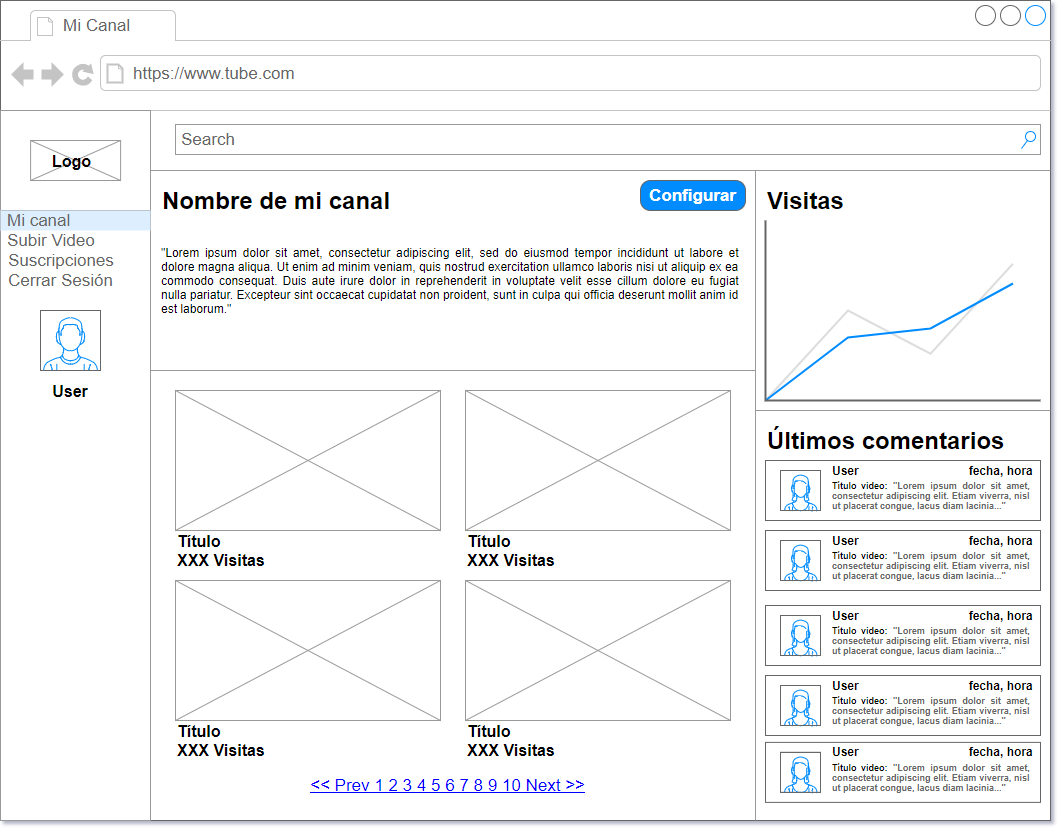
Above: Proyecto/Documentacion/Interfaces/MiCanal.png in Victor-martinelli/TADEPD (draw.io), before the change. Source tidied: cells renumbered, new cells last; positions are measured from the earlier drawing's top-left corner, leaving out a move shared by most shapes.
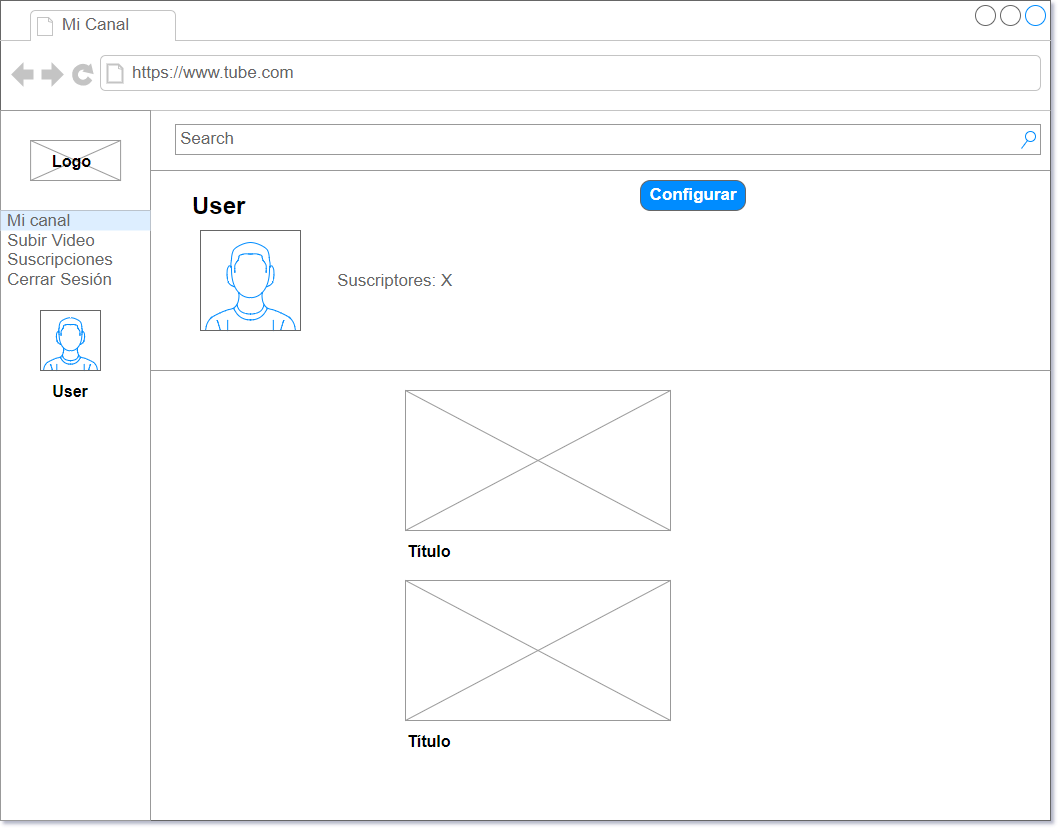
The same diagram one commit later.

Diff of the diagram source:
```diff
@@ -55,119 +55,32 @@
     <mxCell id="16" value="Search" style="strokeWidth=1;shadow=0;dashed=0;align=center;html=1;shape=mxgraph.mockup.forms.searchBox;strokeColor=#999999;mainText=;fillColor=#ffffff;strokeColor2=#008cff;fontColor=#666666;fontSize=17;align=left;spacingLeft=3;" parent="2" vertex="1">
       <mxGeometry x="175" y="124" width="865" height="30" as="geometry" />
     </mxCell>
-    <mxCell id="17" style="verticalLabelPosition=bottom;shadow=0;dashed=0;align=center;html=1;verticalAlign=top;strokeWidth=1;shape=mxgraph.mockup.graphics.simpleIcon;strokeColor=#999999;fillColor=#ffffff;" parent="2" vertex="1">
-      <mxGeometry x="465" y="390" width="265" height="140" as="geometry" />
-    </mxCell>
     <mxCell id="18" style="verticalLabelPosition=bottom;shadow=0;dashed=0;align=center;html=1;verticalAlign=top;strokeWidth=1;shape=mxgraph.mockup.graphics.simpleIcon;strokeColor=#999999;fillColor=#ffffff;" parent="2" vertex="1">
-      <mxGeometry x="175" y="390" width="265" height="140" as="geometry" />
+      <mxGeometry x="405" y="390" width="265" height="140" as="geometry" />
     </mxCell>
-    <mxCell id="19" value="&lt;div style=&quot;font-size: 16px;&quot;&gt;Título&lt;/div&gt;&lt;div style=&quot;font-size: 16px;&quot;&gt;XXX Visitas&lt;br style=&quot;font-size: 16px;&quot;&gt;&lt;/div&gt;" style="text;html=1;strokeColor=none;fillColor=none;align=left;verticalAlign=middle;whiteSpace=wrap;rounded=0;fontStyle=1;fontSize=16;" parent="2" vertex="1">
-      <mxGeometry x="175" y="540" width="290" height="20" as="geometry" />
+    <mxCell id="19" value="&lt;div style=&quot;font-size: 16px&quot;&gt;Título&lt;/div&gt;" style="text;html=1;strokeColor=none;fillColor=none;align=left;verticalAlign=middle;whiteSpace=wrap;rounded=0;fontStyle=1;fontSize=16;" parent="2" vertex="1">
+      <mxGeometry x="405" y="540" width="290" height="20" as="geometry" />
     </mxCell>
-    <mxCell id="20" value="&lt;div style=&quot;font-size: 16px;&quot;&gt;Título&lt;/div&gt;&lt;div style=&quot;font-size: 16px;&quot;&gt;XXX Visitas&lt;br style=&quot;font-size: 16px;&quot;&gt;&lt;/div&gt;" style="text;html=1;strokeColor=none;fillColor=none;align=left;verticalAlign=middle;whiteSpace=wrap;rounded=0;fontStyle=1;fontSize=16;" parent="2" vertex="1">
-      <mxGeometry x="465" y="540" width="290" height="20" as="geometry" />
-    </mxCell>
-    <mxCell id="21" style="verticalLabelPosition=bottom;shadow=0;dashed=0;align=center;html=1;verticalAlign=top;strokeWidth=1;shape=mxgraph.mockup.graphics.simpleIcon;strokeColor=#999999;fillColor=#ffffff;" parent="2" vertex="1">
-      <mxGeometry x="465" y="580" width="265" height="140" as="geometry" />
-    </mxCell>
     <mxCell id="22" style="verticalLabelPosition=bottom;shadow=0;dashed=0;align=center;html=1;verticalAlign=top;strokeWidth=1;shape=mxgraph.mockup.graphics.simpleIcon;strokeColor=#999999;fillColor=#ffffff;" parent="2" vertex="1">
-      <mxGeometry x="175" y="580" width="265" height="140" as="geometry" />
+      <mxGeometry x="405" y="580" width="265" height="140" as="geometry" />
     </mxCell>
-    <mxCell id="23" value="&lt;div style=&quot;font-size: 16px;&quot;&gt;Título&lt;/div&gt;&lt;div style=&quot;font-size: 16px;&quot;&gt;XXX Visitas&lt;br style=&quot;font-size: 16px;&quot;&gt;&lt;/div&gt;" style="text;html=1;strokeColor=none;fillColor=none;align=left;verticalAlign=middle;whiteSpace=wrap;rounded=0;fontStyle=1;fontSize=16;" parent="2" vertex="1">
-      <mxGeometry x="175" y="730" width="290" height="20" as="geometry" />
+    <mxCell id="23" value="&lt;div style=&quot;font-size: 16px&quot;&gt;Título&lt;/div&gt;" style="text;html=1;strokeColor=none;fillColor=none;align=left;verticalAlign=middle;whiteSpace=wrap;rounded=0;fontStyle=1;fontSize=16;" parent="2" vertex="1">
+      <mxGeometry x="405" y="730" width="290" height="20" as="geometry" />
     </mxCell>
-    <mxCell id="24" value="&lt;div style=&quot;font-size: 16px;&quot;&gt;Título&lt;/div&gt;&lt;div style=&quot;font-size: 16px;&quot;&gt;XXX Visitas&lt;br style=&quot;font-size: 16px;&quot;&gt;&lt;/div&gt;" style="text;html=1;strokeColor=none;fillColor=none;align=left;verticalAlign=middle;whiteSpace=wrap;rounded=0;fontStyle=1;fontSize=16;" parent="2" vertex="1">
-      <mxGeometry x="465" y="730" width="290" height="20" as="geometry" />
-    </mxCell>
-    <mxCell id="25" style="verticalLabelPosition=bottom;shadow=0;dashed=0;align=center;html=1;verticalAlign=top;strokeWidth=1;shape=mxgraph.mockup.markup.line;strokeColor=#999999;direction=north;fontSize=17;fontColor=#666666;" parent="2" vertex="1">
-      <mxGeometry x="745" y="170" width="20" height="650" as="geometry" />
-    </mxCell>
-    <mxCell id="26" value="&lt;&lt; Prev 1 2 3 4 5 6 7 8 9 10 Next &gt;&gt;" style="strokeWidth=1;shadow=0;dashed=0;align=center;html=1;shape=mxgraph.mockup.navigation.pagination;linkText=;fontSize=17;fontColor=#0000ff;fontStyle=4;" parent="2" vertex="1">
-      <mxGeometry x="272.5" y="770" width="350" height="30" as="geometry" />
-    </mxCell>
-    <mxCell id="27" style="verticalLabelPosition=bottom;shadow=0;dashed=0;align=center;html=1;verticalAlign=top;strokeWidth=1;shape=mxgraph.mockup.markup.line;strokeColor=#999999;direction=east;fontSize=17;fontColor=#666666;" parent="2" vertex="1">
-      <mxGeometry x="755" y="400" width="295" height="20" as="geometry" />
-    </mxCell>
-    <mxCell id="28" style="verticalLabelPosition=bottom;shadow=0;dashed=0;align=center;html=1;verticalAlign=top;strokeWidth=1;shape=mxgraph.mockup.graphics.lineChart;fillColor=#ffffff;strokeColor=none;strokeColor2=#666666;strokeColor3=#008cff;strokeColor4=#dddddd;fontSize=17;fontColor=#666666;" parent="2" vertex="1">
-      <mxGeometry x="765" y="220" width="275" height="180" as="geometry" />
-    </mxCell>
-    <mxCell id="29" value="Visitas" style="text;html=1;strokeColor=none;fillColor=none;align=left;verticalAlign=middle;whiteSpace=wrap;rounded=0;fontStyle=1;fontSize=24;" parent="2" vertex="1">
-      <mxGeometry x="765" y="190" width="275" height="20" as="geometry" />
-    </mxCell>
-    <mxCell id="30" value="Últimos comentarios" style="text;html=1;strokeColor=none;fillColor=none;align=left;verticalAlign=middle;whiteSpace=wrap;rounded=0;fontStyle=1;fontSize=24;" parent="2" vertex="1">
-      <mxGeometry x="765" y="430" width="275" height="20" as="geometry" />
-    </mxCell>
-    <mxCell id="31" style="rounded=0;whiteSpace=wrap;html=1;fontSize=24;fontColor=#666666;align=left;strokeColor=#666666;" parent="2" vertex="1">
-      <mxGeometry x="765" y="460" width="275" height="60" as="geometry" />
-    </mxCell>
-    <mxCell id="32" style="verticalLabelPosition=bottom;shadow=0;dashed=0;align=center;html=1;verticalAlign=top;strokeWidth=1;shape=mxgraph.mockup.containers.userFemale;strokeColor=#666666;strokeColor2=#008cff;fillColor=#ffffff;fontSize=24;fontColor=#666666;" parent="2" vertex="1">
-      <mxGeometry x="780" y="470" width="40" height="40" as="geometry" />
-    </mxCell>
-    <mxCell id="33" value="&lt;font style=&quot;font-size: 12px&quot;&gt;User&lt;/font&gt;&lt;font style=&quot;font-size: 12px&quot;&gt;&amp;nbsp;&amp;nbsp;&amp;nbsp;&amp;nbsp;&amp;nbsp;&amp;nbsp;&amp;nbsp;&amp;nbsp;&amp;nbsp;&amp;nbsp;&amp;nbsp;&amp;nbsp;&amp;nbsp;&amp;nbsp;&amp;nbsp;&amp;nbsp;&amp;nbsp;&amp;nbsp;&amp;nbsp;&amp;nbsp;&amp;nbsp;&amp;nbsp;&amp;nbsp;&amp;nbsp;&amp;nbsp;&amp;nbsp;&amp;nbsp;&amp;nbsp;&amp;nbsp;&amp;nbsp;&amp;nbsp;&amp;nbsp; fecha, hora&lt;/font&gt;" style="text;html=1;strokeColor=none;fillColor=none;align=left;verticalAlign=middle;whiteSpace=wrap;rounded=0;fontSize=24;fontColor=#000000;fontStyle=1;" parent="2" vertex="1">
-      <mxGeometry x="830" y="460" width="220" height="11" as="geometry" />
-    </mxCell>
-    <mxCell id="34" value="&lt;div style=&quot;font-size: 9px&quot; align=&quot;justify&quot;&gt;&lt;font style=&quot;font-size: 9px&quot;&gt;&lt;font color=&quot;#000000&quot;&gt;Título video:&lt;/font&gt; &quot;Lorem ipsum dolor sit amet, consectetur adipiscing elit. Etiam viverra, nisl ut placerat congue, lacus diam lacinia...&quot;&lt;br&gt;&lt;/font&gt;&lt;/div&gt;" style="text;html=1;strokeColor=none;fillColor=none;align=left;verticalAlign=middle;whiteSpace=wrap;rounded=0;fontStyle=1;fontSize=16;fontColor=#666666;" parent="2" vertex="1">
-      <mxGeometry x="830" y="485" width="200" height="20" as="geometry" />
-    </mxCell>
     <mxCell id="35" style="verticalLabelPosition=bottom;shadow=0;dashed=0;align=center;html=1;verticalAlign=top;strokeWidth=1;shape=mxgraph.mockup.markup.line;strokeColor=#999999;direction=east;fontSize=17;fontColor=#666666;" parent="2" vertex="1">
-      <mxGeometry x="150" y="360" width="605" height="20" as="geometry" />
+      <mxGeometry x="150" y="360" width="900" height="20" as="geometry" />
     </mxCell>
-    <mxCell id="36" value="Nombre de mi canal" style="text;html=1;strokeColor=none;fillColor=none;align=left;verticalAlign=middle;whiteSpace=wrap;rounded=0;fontStyle=1;fontSize=24;" parent="2" vertex="1">
-      <mxGeometry x="160" y="190" width="275" height="20" as="geometry" />
+    <mxCell id="36" value="User" style="text;html=1;strokeColor=none;fillColor=none;align=left;verticalAlign=middle;whiteSpace=wrap;rounded=0;fontStyle=1;fontSize=24;" parent="2" vertex="1">
+      <mxGeometry x="190" y="195" width="80" height="20" as="geometry" />
     </mxCell>
     <mxCell id="37" value="Configurar" style="strokeWidth=1;shadow=0;dashed=0;align=center;html=1;shape=mxgraph.mockup.buttons.button;strokeColor=#666666;fontColor=#ffffff;mainText=;buttonStyle=round;fontSize=17;fontStyle=1;fillColor=#008cff;whiteSpace=wrap;" parent="2" vertex="1">
       <mxGeometry x="640" y="180" width="105" height="30" as="geometry" />
     </mxCell>
-    <mxCell id="38" value="&lt;div align=&quot;justify&quot;&gt;&quot;Lorem ipsum dolor sit amet, consectetur adipiscing elit, sed do eiusmod tempor incididunt ut labore et dolore magna aliqua. Ut enim ad minim veniam, quis nostrud exercitation ullamco laboris nisi ut aliquip ex ea commodo consequat. Duis aute irure dolor in reprehenderit in voluptate velit esse cillum dolore eu fugiat nulla pariatur. Excepteur sint occaecat cupidatat non proident, sunt in culpa qui officia deserunt mollit anim id est laborum.&quot;&lt;/div&gt;" style="text;html=1;strokeColor=none;fillColor=none;align=center;verticalAlign=middle;whiteSpace=wrap;rounded=0;" parent="2" vertex="1">
-      <mxGeometry x="160" y="200" width="580" height="160" as="geometry" />
-    </mxCell>
-    <mxCell id="39" style="rounded=0;whiteSpace=wrap;html=1;fontSize=24;fontColor=#666666;align=left;strokeColor=#666666;" parent="2" vertex="1">
-      <mxGeometry x="765" y="530" width="275" height="60" as="geometry" />
-    </mxCell>
-    <mxCell id="40" style="verticalLabelPosition=bottom;shadow=0;dashed=0;align=center;html=1;verticalAlign=top;strokeWidth=1;shape=mxgraph.mockup.containers.userFemale;strokeColor=#666666;strokeColor2=#008cff;fillColor=#ffffff;fontSize=24;fontColor=#666666;" parent="2" vertex="1">
-      <mxGeometry x="780" y="540" width="40" height="40" as="geometry" />
-    </mxCell>
-    <mxCell id="41" value="&lt;font style=&quot;font-size: 12px&quot;&gt;User&lt;/font&gt;&lt;font style=&quot;font-size: 12px&quot;&gt;&amp;nbsp;&amp;nbsp;&amp;nbsp;&amp;nbsp;&amp;nbsp;&amp;nbsp;&amp;nbsp;&amp;nbsp;&amp;nbsp;&amp;nbsp;&amp;nbsp;&amp;nbsp;&amp;nbsp;&amp;nbsp;&amp;nbsp;&amp;nbsp;&amp;nbsp;&amp;nbsp;&amp;nbsp;&amp;nbsp;&amp;nbsp;&amp;nbsp;&amp;nbsp;&amp;nbsp;&amp;nbsp;&amp;nbsp;&amp;nbsp;&amp;nbsp;&amp;nbsp;&amp;nbsp;&amp;nbsp;&amp;nbsp; fecha, hora&lt;/font&gt;" style="text;html=1;strokeColor=none;fillColor=none;align=left;verticalAlign=middle;whiteSpace=wrap;rounded=0;fontSize=24;fontColor=#000000;fontStyle=1;" parent="2" vertex="1">
-      <mxGeometry x="830" y="530" width="220" height="11" as="geometry" />
-    </mxCell>
-    <mxCell id="42" value="&lt;div style=&quot;font-size: 9px&quot; align=&quot;justify&quot;&gt;&lt;font style=&quot;font-size: 9px&quot;&gt;&lt;font color=&quot;#000000&quot;&gt;Título video:&lt;/font&gt; &quot;Lorem ipsum dolor sit amet, consectetur adipiscing elit. Etiam viverra, nisl ut placerat congue, lacus diam lacinia...&quot;&lt;br&gt;&lt;/font&gt;&lt;/div&gt;" style="text;html=1;strokeColor=none;fillColor=none;align=left;verticalAlign=middle;whiteSpace=wrap;rounded=0;fontStyle=1;fontSize=16;fontColor=#666666;" parent="2" vertex="1">
-      <mxGeometry x="830" y="555" width="200" height="20" as="geometry" />
-    </mxCell>
-    <mxCell id="43" style="rounded=0;whiteSpace=wrap;html=1;fontSize=24;fontColor=#666666;align=left;strokeColor=#666666;" parent="2" vertex="1">
-      <mxGeometry x="765" y="605" width="275" height="60" as="geometry" />
-    </mxCell>
-    <mxCell id="44" style="verticalLabelPosition=bottom;shadow=0;dashed=0;align=center;html=1;verticalAlign=top;strokeWidth=1;shape=mxgraph.mockup.containers.userFemale;strokeColor=#666666;strokeColor2=#008cff;fillColor=#ffffff;fontSize=24;fontColor=#666666;" parent="2" vertex="1">
-      <mxGeometry x="780" y="615" width="40" height="40" as="geometry" />
-    </mxCell>
-    <mxCell id="45" value="&lt;font style=&quot;font-size: 12px&quot;&gt;User&lt;/font&gt;&lt;font style=&quot;font-size: 12px&quot;&gt;&amp;nbsp;&amp;nbsp;&amp;nbsp;&amp;nbsp;&amp;nbsp;&amp;nbsp;&amp;nbsp;&amp;nbsp;&amp;nbsp;&amp;nbsp;&amp;nbsp;&amp;nbsp;&amp;nbsp;&amp;nbsp;&amp;nbsp;&amp;nbsp;&amp;nbsp;&amp;nbsp;&amp;nbsp;&amp;nbsp;&amp;nbsp;&amp;nbsp;&amp;nbsp;&amp;nbsp;&amp;nbsp;&amp;nbsp;&amp;nbsp;&amp;nbsp;&amp;nbsp;&amp;nbsp;&amp;nbsp;&amp;nbsp; fecha, hora&lt;/font&gt;" style="text;html=1;strokeColor=none;fillColor=none;align=left;verticalAlign=middle;whiteSpace=wrap;rounded=0;fontSize=24;fontColor=#000000;fontStyle=1;" parent="2" vertex="1">
-      <mxGeometry x="830" y="605" width="220" height="11" as="geometry" />
-    </mxCell>
-    <mxCell id="46" value="&lt;div style=&quot;font-size: 9px&quot; align=&quot;justify&quot;&gt;&lt;font style=&quot;font-size: 9px&quot;&gt;&lt;font color=&quot;#000000&quot;&gt;Título video:&lt;/font&gt; &quot;Lorem ipsum dolor sit amet, consectetur adipiscing elit. Etiam viverra, nisl ut placerat congue, lacus diam lacinia...&quot;&lt;br&gt;&lt;/font&gt;&lt;/div&gt;" style="text;html=1;strokeColor=none;fillColor=none;align=left;verticalAlign=middle;whiteSpace=wrap;rounded=0;fontStyle=1;fontSize=16;fontColor=#666666;" parent="2" vertex="1">
-      <mxGeometry x="830" y="630" width="200" height="20" as="geometry" />
-    </mxCell>
-    <mxCell id="47" style="rounded=0;whiteSpace=wrap;html=1;fontSize=24;fontColor=#666666;align=left;strokeColor=#666666;" parent="2" vertex="1">
-      <mxGeometry x="765" y="675" width="275" height="60" as="geometry" />
-    </mxCell>
-    <mxCell id="48" style="verticalLabelPosition=bottom;shadow=0;dashed=0;align=center;html=1;verticalAlign=top;strokeWidth=1;shape=mxgraph.mockup.containers.userFemale;strokeColor=#666666;strokeColor2=#008cff;fillColor=#ffffff;fontSize=24;fontColor=#666666;" parent="2" vertex="1">
-      <mxGeometry x="780" y="685" width="40" height="40" as="geometry" />
-    </mxCell>
-    <mxCell id="49" value="&lt;font style=&quot;font-size: 12px&quot;&gt;User&lt;/font&gt;&lt;font style=&quot;font-size: 12px&quot;&gt;&amp;nbsp;&amp;nbsp;&amp;nbsp;&amp;nbsp;&amp;nbsp;&amp;nbsp;&amp;nbsp;&amp;nbsp;&amp;nbsp;&amp;nbsp;&amp;nbsp;&amp;nbsp;&amp;nbsp;&amp;nbsp;&amp;nbsp;&amp;nbsp;&amp;nbsp;&amp;nbsp;&amp;nbsp;&amp;nbsp;&amp;nbsp;&amp;nbsp;&amp;nbsp;&amp;nbsp;&amp;nbsp;&amp;nbsp;&amp;nbsp;&amp;nbsp;&amp;nbsp;&amp;nbsp;&amp;nbsp;&amp;nbsp; fecha, hora&lt;/font&gt;" style="text;html=1;strokeColor=none;fillColor=none;align=left;verticalAlign=middle;whiteSpace=wrap;rounded=0;fontSize=24;fontColor=#000000;fontStyle=1;" parent="2" vertex="1">
-      <mxGeometry x="830" y="675" width="220" height="11" as="geometry" />
-    </mxCell>
-    <mxCell id="50" value="&lt;div style=&quot;font-size: 9px&quot; align=&quot;justify&quot;&gt;&lt;font style=&quot;font-size: 9px&quot;&gt;&lt;font color=&quot;#000000&quot;&gt;Título video:&lt;/font&gt; &quot;Lorem ipsum dolor sit amet, consectetur adipiscing elit. Etiam viverra, nisl ut placerat congue, lacus diam lacinia...&quot;&lt;br&gt;&lt;/font&gt;&lt;/div&gt;" style="text;html=1;strokeColor=none;fillColor=none;align=left;verticalAlign=middle;whiteSpace=wrap;rounded=0;fontStyle=1;fontSize=16;fontColor=#666666;" parent="2" vertex="1">
-      <mxGeometry x="830" y="700" width="200" height="20" as="geometry" />
-    </mxCell>
-    <mxCell id="51" style="rounded=0;whiteSpace=wrap;html=1;fontSize=24;fontColor=#666666;align=left;strokeColor=#666666;" parent="2" vertex="1">
-      <mxGeometry x="765" y="741.9" width="275" height="60" as="geometry" />
-    </mxCell>
-    <mxCell id="52" style="verticalLabelPosition=bottom;shadow=0;dashed=0;align=center;html=1;verticalAlign=top;strokeWidth=1;shape=mxgraph.mockup.containers.userFemale;strokeColor=#666666;strokeColor2=#008cff;fillColor=#ffffff;fontSize=24;fontColor=#666666;" parent="2" vertex="1">
-      <mxGeometry x="780" y="751.9" width="40" height="40" as="geometry" />
-    </mxCell>
-    <mxCell id="53" value="&lt;font style=&quot;font-size: 12px&quot;&gt;User&lt;/font&gt;&lt;font style=&quot;font-size: 12px&quot;&gt;&amp;nbsp;&amp;nbsp;&amp;nbsp;&amp;nbsp;&amp;nbsp;&amp;nbsp;&amp;nbsp;&amp;nbsp;&amp;nbsp;&amp;nbsp;&amp;nbsp;&amp;nbsp;&amp;nbsp;&amp;nbsp;&amp;nbsp;&amp;nbsp;&amp;nbsp;&amp;nbsp;&amp;nbsp;&amp;nbsp;&amp;nbsp;&amp;nbsp;&amp;nbsp;&amp;nbsp;&amp;nbsp;&amp;nbsp;&amp;nbsp;&amp;nbsp;&amp;nbsp;&amp;nbsp;&amp;nbsp;&amp;nbsp; fecha, hora&lt;/font&gt;" style="text;html=1;strokeColor=none;fillColor=none;align=left;verticalAlign=middle;whiteSpace=wrap;rounded=0;fontSize=24;fontColor=#000000;fontStyle=1;" parent="2" vertex="1">
-      <mxGeometry x="830" y="741.9" width="220" height="11" as="geometry" />
-    </mxCell>
-    <mxCell id="54" value="&lt;div style=&quot;font-size: 9px&quot; align=&quot;justify&quot;&gt;&lt;font style=&quot;font-size: 9px&quot;&gt;&lt;font color=&quot;#000000&quot;&gt;Título video:&lt;/font&gt; &quot;Lorem ipsum dolor sit amet, consectetur adipiscing elit. Etiam viverra, nisl ut placerat congue, lacus diam lacinia...&quot;&lt;br&gt;&lt;/font&gt;&lt;/div&gt;" style="text;html=1;strokeColor=none;fillColor=none;align=left;verticalAlign=middle;whiteSpace=wrap;rounded=0;fontStyle=1;fontSize=16;fontColor=#666666;" parent="2" vertex="1">
-      <mxGeometry x="830" y="766.9" width="200" height="20" as="geometry" />
-    </mxCell>
+    <mxCell id="55" style="verticalLabelPosition=bottom;shadow=0;dashed=0;align=center;html=1;verticalAlign=top;strokeWidth=1;shape=mxgraph.mockup.containers.userMale;strokeColor=#666666;strokeColor2=#008cff;fillColor=#ffffff;" parent="2" vertex="1">
+      <mxGeometry x="200" y="230" width="100" height="100" as="geometry" />
+    </mxCell>
+    <mxCell id="56" value="Suscriptores: X" style="text;html=1;strokeColor=none;fillColor=none;align=left;verticalAlign=middle;whiteSpace=wrap;rounded=0;fontSize=17;fontColor=#666666;" parent="2" vertex="1">
+      <mxGeometry x="335" y="270" width="140" height="20" as="geometry" />
+    </mxCell>
   </root>
 </mxGraphModel>
```
